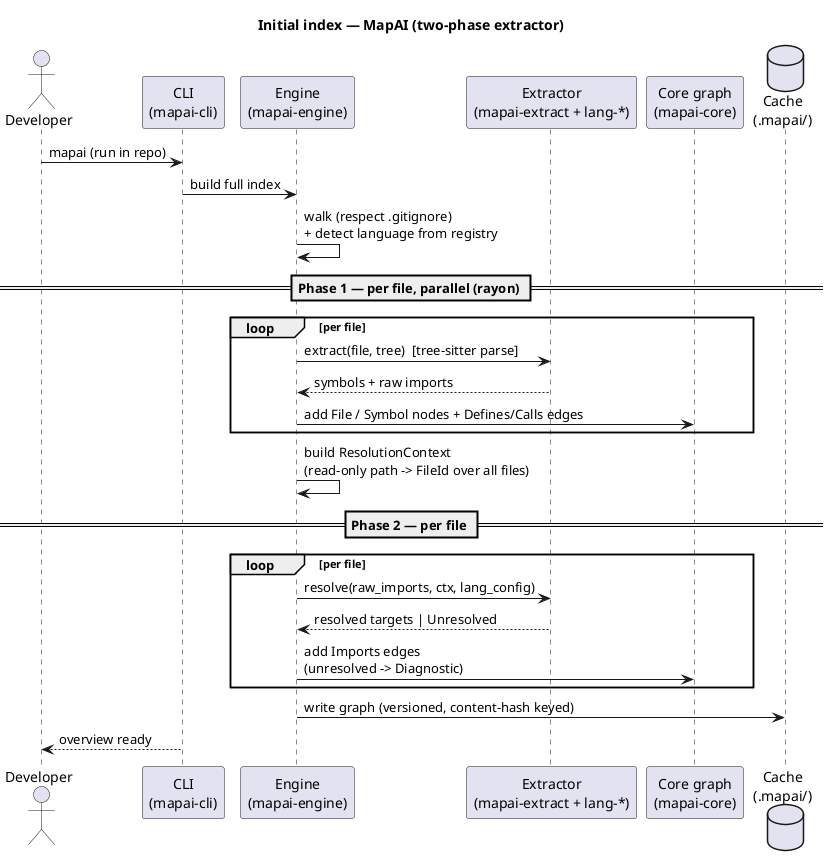
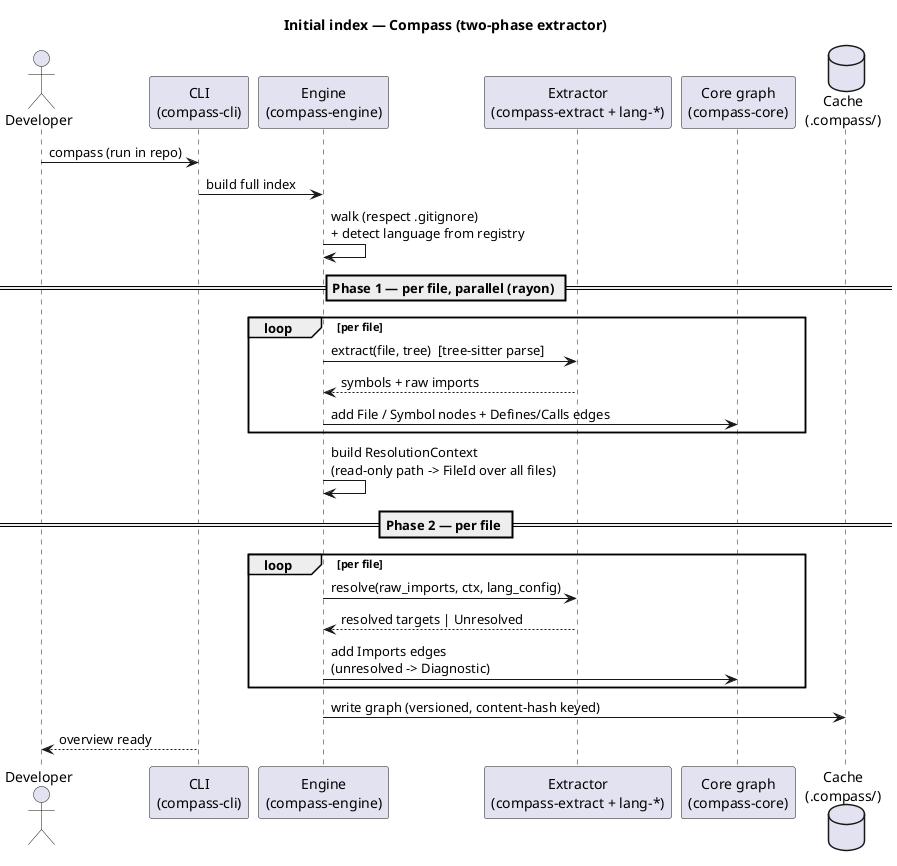
@startuml flow-index
' Embedded in docs/architecture/02-architecture.md — §6 Key flows (Flow A)
- title Initial index — MapAI (two-phase extractor)
+ title Initial index — Compass (two-phase extractor)

actor Developer as dev
- participant "CLI\n(mapai-cli)" as cli
- participant "Engine\n(mapai-engine)" as engine
- participant "Extractor\n(mapai-extract + lang-*)" as ext
- participant "Core graph\n(mapai-core)" as core
- database "Cache\n(.mapai/)" as cache
+ participant "CLI\n(compass-cli)" as cli
+ participant "Engine\n(compass-engine)" as engine
+ participant "Extractor\n(compass-extract + lang-*)" as ext
+ participant "Core graph\n(compass-core)" as core
+ database "Cache\n(.compass/)" as cache

- dev -> cli : mapai (run in repo)
+ dev -> cli : compass (run in repo)
cli -> engine : build full index
engine -> engine : walk (respect .gitignore)\n+ detect language from registry

== Phase 1 — per file, parallel (rayon) ==
loop per file
  engine -> ext : extract(file, tree)  [tree-sitter parse]
  ext --> engine : symbols + raw imports
  engine -> core : add File / Symbol nodes + Defines/Calls edges
end

engine -> engine : build ResolutionContext\n(read-only path -> FileId over all files)

== Phase 2 — per file ==
loop per file
  engine -> ext : resolve(raw_imports, ctx, lang_config)
  ext --> engine : resolved targets | Unresolved
  engine -> core : add Imports edges\n(unresolved -> Diagnostic)
end

engine -> cache : write graph (versioned, content-hash keyed)
cli --> dev : overview ready

@enduml
